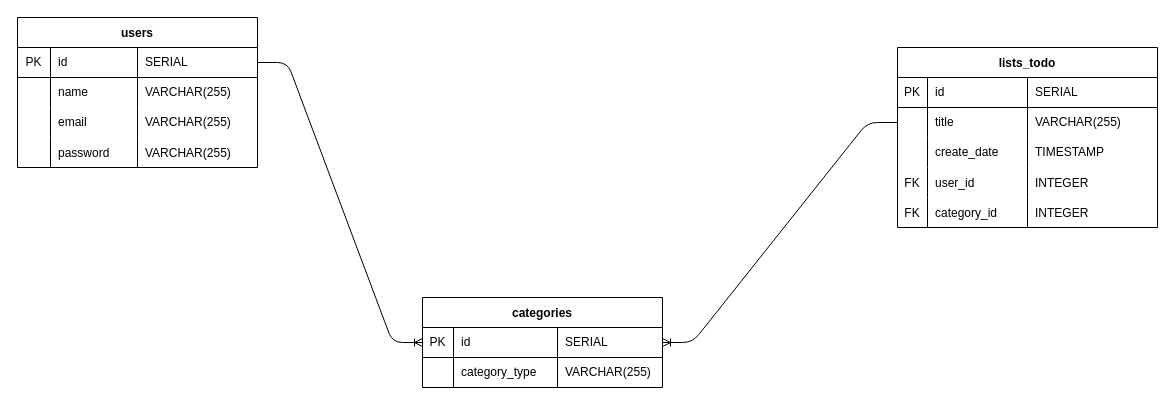
Earlier version of the draw.io diagram ERD/ERD-SmartToDo.drawio (zacharypantalone/Smart-ToDo-List). Source tidied: cells renumbered, new cells numbered last; positions are measured from the earlier drawing's top-left corner, leaving out a move shared by most shapes. Both pictures are drawn from the tidied source at 100%, with x=0, y=0 at pixel (17, 17).
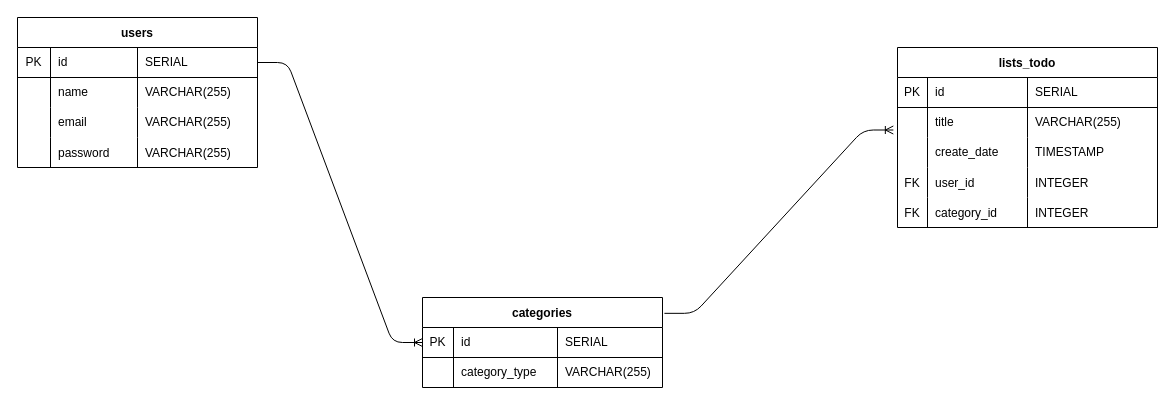
The same page after the edit.

Commit message:
trying to sync

The change refers to these unchanged cells:
```xml
<mxCell id="7" style="shape=partialRectangle;html=1;whiteSpace=wrap;fillColor=none;top=0;left=0;bottom=0;right=0;points=[[0,0.5],[1,0.5]];portConstraint=eastwest;" parent="2" vertex="1">
  <mxGeometry y="60" width="260" height="30" as="geometry" />
</mxCell>
<mxCell id="23" value="categories" style="shape=table;startSize=30;childLayout=tableLayout;rowLines=0;fontStyle=1;align=center;" parent="1" vertex="1">
  <mxGeometry x="405" y="280" width="240" height="90" as="geometry" />
</mxCell>
<mxCell id="24" style="shape=partialRectangle;html=1;whiteSpace=wrap;fillColor=none;top=0;left=0;bottom=1;right=0;points=[[0,0.5],[1,0.5]];portConstraint=eastwest;" parent="23" vertex="1">
  <mxGeometry y="30" width="240" height="30" as="geometry" />
</mxCell>
```

What changed in the source:
```diff
@@
-    <mxCell id="50" style="edgeStyle=entityRelationEdgeStyle;fontSize=12;html=1;endArrow=ERoneToMany;entryX=1;entryY=0.5;entryDx=0;entryDy=0;exitX=0;exitY=0.5;exitDx=0;exitDy=0;" parent="1" edge="1" source="7" target="24">
+    <mxCell id="50" style="edgeStyle=entityRelationEdgeStyle;fontSize=12;html=1;endArrow=ERoneToMany;entryX=-0.016;entryY=0.75;entryDx=0;entryDy=0;exitX=1.008;exitY=0.176;exitDx=0;exitDy=0;exitPerimeter=0;entryPerimeter=0;" parent="1" edge="1" source="23" target="7">
       <mxGeometry relative="1" as="geometry" />
     </mxCell>
```
